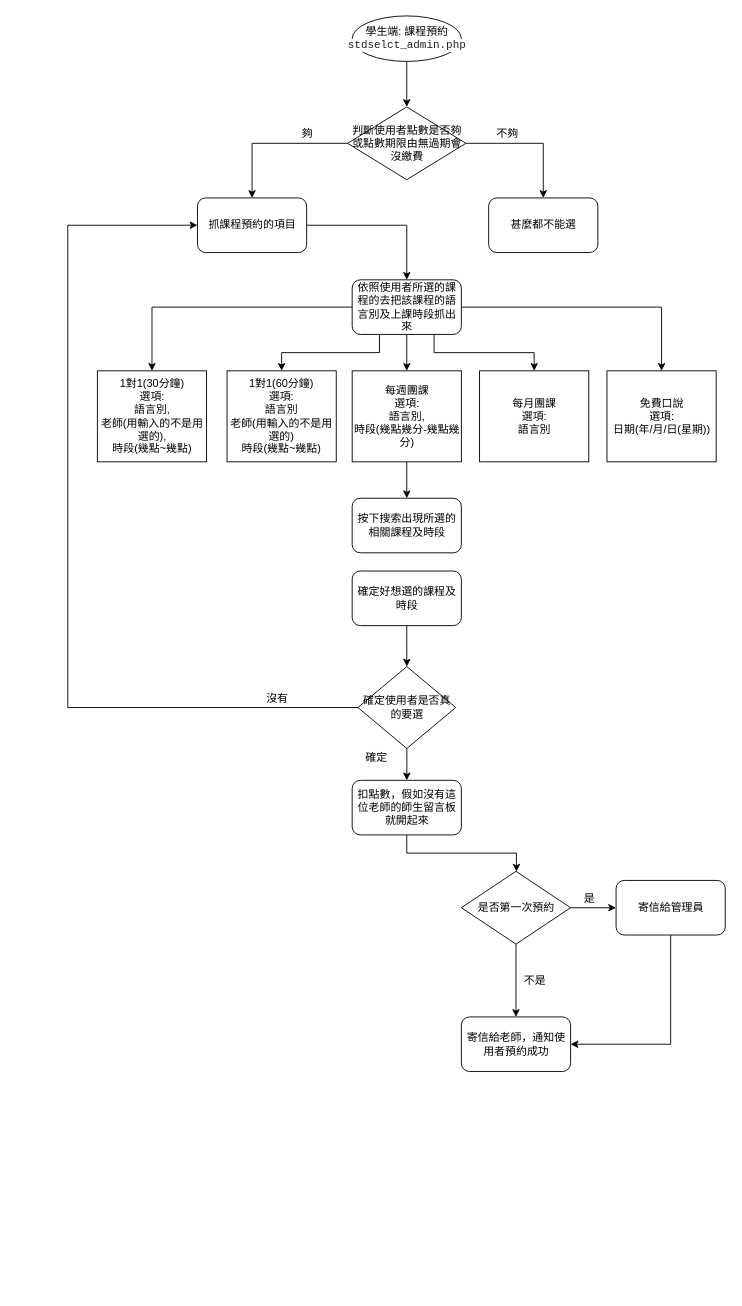
The draw.io diagram 課程預約.drawio in kartg0203/work_flow, before the edit. Source tidied: cells renumbered, new cells numbered last; positions are measured from the earlier drawing's top-left corner, leaving out a move shared by most shapes. Both pictures are drawn from the tidied source at 91%, with x=0, y=0 at pixel (67, 15).
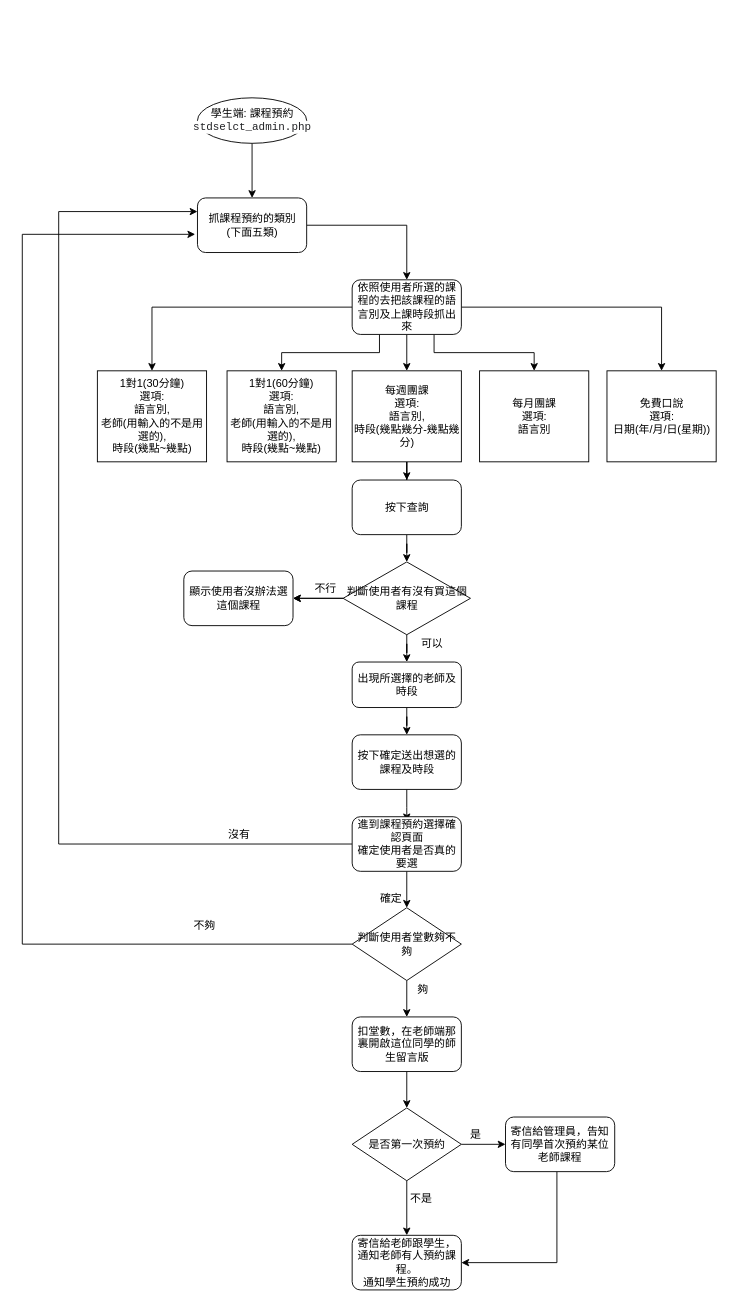
The same diagram, later.

Commit message (it also covers changes not shown here):
更新課程預約.drawio

Change to the diagram source:
```diff
@@
-    <mxCell id="2" style="edgeStyle=orthogonalEdgeStyle;rounded=0;jettySize=auto;html=1;exitX=0.5;exitY=1;exitDx=0;exitDy=0;entryX=0.5;entryY=0;entryDx=0;entryDy=0;" parent="1" edge="1" source="3" target="14">
-      <mxGeometry relative="1" as="geometry" />
-    </mxCell>
+    <mxCell id="42" style="edgeStyle=orthogonalEdgeStyle;rounded=0;jettySize=auto;html=1;entryX=0.5;entryY=0;entryDx=0;entryDy=0;fontColor=#000000;" parent="1" edge="1" source="3" target="5">
+      <mxGeometry relative="1" as="geometry" />
+    </mxCell>
     <mxCell id="3" value="學生端: 課程預約&lt;br&gt;&lt;span style=&quot;color: rgb(32 , 33 , 36) ; font-family: &amp;#34;consolas&amp;#34; , &amp;#34;lucida console&amp;#34; , &amp;#34;courier new&amp;#34; , monospace ; text-align: left ; background-color: rgb(255 , 255 , 255)&quot;&gt;stdselct_admin.php&lt;/span&gt;" style="ellipse;whiteSpace=wrap;html=1;" parent="1" vertex="1">
-      <mxGeometry x="312.5" width="120" height="50" as="geometry" />
+      <mxGeometry x="142.5" y="90" width="120" height="50" as="geometry" />
     </mxCell>
@@
-    <mxCell id="5" value="抓課程預約的項目" style="rounded=1;whiteSpace=wrap;html=1;" parent="1" vertex="1">
+    <mxCell id="5" value="抓課程預約的類別&lt;br&gt;(下面五類)" style="rounded=1;whiteSpace=wrap;html=1;" parent="1" vertex="1">
       <mxGeometry x="142.5" y="200" width="120" height="60" as="geometry" />
     </mxCell>
@@
-    <mxCell id="12" style="edgeStyle=orthogonalEdgeStyle;rounded=0;jettySize=auto;html=1;" parent="1" edge="1" source="14" target="15">
-      <mxGeometry relative="1" as="geometry" />
-    </mxCell>
-    <mxCell id="13" style="edgeStyle=orthogonalEdgeStyle;rounded=0;jettySize=auto;html=1;entryX=0.5;entryY=0;entryDx=0;entryDy=0;" parent="1" edge="1" source="14" target="5">
-      <mxGeometry relative="1" as="geometry" />
-    </mxCell>
-    <mxCell id="14" value="判斷使用者點數是否夠或點數期限由無過期會沒繳費" style="rhombus;whiteSpace=wrap;html=1;" parent="1" vertex="1">
-      <mxGeometry x="307.5" y="100" width="130" height="80" as="geometry" />
-    </mxCell>
-    <mxCell id="15" value="甚麼都不能選" style="rounded=1;whiteSpace=wrap;html=1;" parent="1" vertex="1">
-      <mxGeometry x="462.5" y="200" width="120" height="60" as="geometry" />
-    </mxCell>
-    <mxCell id="16" value="不夠" style="text;html=1;align=center;verticalAlign=middle;strokeColor=none;fillColor=none;" parent="1" vertex="1">
-      <mxGeometry x="462.5" y="120" width="40" height="20" as="geometry" />
-    </mxCell>
-    <mxCell id="17" value="夠" style="text;html=1;align=center;verticalAlign=middle;strokeColor=none;fillColor=none;" parent="1" vertex="1">
-      <mxGeometry x="247.5" y="120" width="30" height="20" as="geometry" />
-    </mxCell>
-    <mxCell id="18" style="edgeStyle=orthogonalEdgeStyle;rounded=0;jettySize=auto;html=1;entryX=0.5;entryY=0;entryDx=0;entryDy=0;fontColor=#000000;" parent="1" edge="1" source="20" target="22">
-      <mxGeometry relative="1" as="geometry" />
-    </mxCell>
-    <mxCell id="19" style="edgeStyle=orthogonalEdgeStyle;rounded=0;jettySize=auto;html=1;exitX=0;exitY=0.5;exitDx=0;exitDy=0;entryX=0;entryY=0.5;entryDx=0;entryDy=0;fontColor=#000000;" parent="1" edge="1" source="20" target="5">
-      <mxGeometry relative="1" as="geometry">
-        <Array as="points">
-          <mxPoint y="760" />
-          <mxPoint y="230" />
-        </Array>
-      </mxGeometry>
-    </mxCell>
-    <mxCell id="20" value="確定使用者是否真的要選" style="rhombus;whiteSpace=wrap;html=1;fontColor=#000000;" parent="1" vertex="1">
-      <mxGeometry x="318.8" y="715" width="107.5" height="90" as="geometry" />
-    </mxCell>
-    <mxCell id="21" style="edgeStyle=orthogonalEdgeStyle;rounded=0;jettySize=auto;html=1;fontColor=#000000;" parent="1" edge="1" source="22" target="26">
-      <mxGeometry relative="1" as="geometry">
-        <Array as="points">
-          <mxPoint x="373" y="920" />
-          <mxPoint x="493" y="920" />
-        </Array>
-      </mxGeometry>
+    <mxCell id="21" style="edgeStyle=orthogonalEdgeStyle;rounded=0;jettySize=auto;html=1;entryX=0.5;entryY=0;entryDx=0;entryDy=0;fontColor=#000000;" parent="1" edge="1" source="22" target="26">
+      <mxGeometry relative="1" as="geometry" />
     </mxCell>
-    <mxCell id="22" value="扣點數，假如沒有這位老師的師生留言板就開起來" style="rounded=1;whiteSpace=wrap;html=1;fontColor=#000000;" parent="1" vertex="1">
-      <mxGeometry x="312.5" y="840" width="120" height="60" as="geometry" />
+    <mxCell id="22" value="扣堂數，在老師端那裏開啟這位同學的師生留言版" style="rounded=1;whiteSpace=wrap;html=1;fontColor=#000000;" parent="1" vertex="1">
+      <mxGeometry x="312.5" y="1100" width="120" height="60" as="geometry" />
     </mxCell>
     <mxCell id="23" value="確定" style="text;html=1;align=center;verticalAlign=middle;strokeColor=none;fillColor=none;fontColor=#000000;" parent="1" vertex="1">
-      <mxGeometry x="318.8" y="805" width="40" height="20" as="geometry" />
+      <mxGeometry x="335" y="960" width="40" height="20" as="geometry" />
     </mxCell>
@@
     <mxCell id="26" value="是否第一次預約" style="rhombus;whiteSpace=wrap;html=1;fontColor=#000000;" parent="1" vertex="1">
-      <mxGeometry x="432.5" y="940" width="120" height="80" as="geometry" />
+      <mxGeometry x="312.5" y="1200" width="120" height="80" as="geometry" />
     </mxCell>
-    <mxCell id="27" value="寄信給老師，通知使用者預約成功" style="rounded=1;whiteSpace=wrap;html=1;fontColor=#000000;" parent="1" vertex="1">
-      <mxGeometry x="432.5" y="1100" width="120" height="60" as="geometry" />
+    <mxCell id="27" value="寄信給老師跟學生，通知老師有人預約課程。&lt;br&gt;通知學生預約成功" style="rounded=1;whiteSpace=wrap;html=1;fontColor=#000000;" parent="1" vertex="1">
+      <mxGeometry x="312.5" y="1340" width="120" height="60" as="geometry" />
     </mxCell>
     <mxCell id="28" value="不是" style="text;html=1;align=center;verticalAlign=middle;strokeColor=none;fillColor=none;fontColor=#000000;" parent="1" vertex="1">
-      <mxGeometry x="492.5" y="1050" width="40" height="20" as="geometry" />
+      <mxGeometry x="367.5" y="1290" width="40" height="20" as="geometry" />
     </mxCell>
     <mxCell id="29" style="edgeStyle=orthogonalEdgeStyle;rounded=0;jettySize=auto;html=1;entryX=1;entryY=0.5;entryDx=0;entryDy=0;fontColor=#000000;" parent="1" edge="1" source="30" target="27">
       <mxGeometry relative="1" as="geometry">
         <Array as="points">
-          <mxPoint x="662.5" y="1130" />
+          <mxPoint x="537.5" y="1370" />
         </Array>
       </mxGeometry>
     </mxCell>
-    <mxCell id="30" value="寄信給管理員" style="rounded=1;whiteSpace=wrap;html=1;fontColor=#000000;" parent="1" vertex="1">
-      <mxGeometry x="602.5" y="950" width="120" height="60" as="geometry" />
+    <mxCell id="30" value="寄信給管理員，告知有同學首次預約某位老師課程" style="rounded=1;whiteSpace=wrap;html=1;fontColor=#000000;" parent="1" vertex="1">
+      <mxGeometry x="481" y="1210" width="120" height="60" as="geometry" />
     </mxCell>
     <mxCell id="31" value="是" style="text;html=1;align=center;verticalAlign=middle;strokeColor=none;fillColor=none;fontColor=#000000;" parent="1" vertex="1">
-      <mxGeometry x="557.5" y="960" width="30" height="20" as="geometry" />
+      <mxGeometry x="432.5" y="1220" width="30" height="20" as="geometry" />
     </mxCell>
@@
-    <mxCell id="33" value="&lt;span&gt;1對1(60分鐘)&lt;/span&gt;&lt;br&gt;&lt;span&gt;選項:&lt;/span&gt;&lt;br&gt;&lt;span&gt;語言別&lt;/span&gt;&lt;br&gt;&lt;span&gt;老師(用輸入的不是用選的)&lt;/span&gt;&lt;br&gt;&lt;span&gt;時段&lt;/span&gt;(幾點~幾點)" style="rounded=0;whiteSpace=wrap;html=1;fontColor=#000000;rotation=0;" parent="1" vertex="1">
+    <mxCell id="33" value="&lt;span&gt;1對1(60分鐘)&lt;/span&gt;&lt;br&gt;&lt;span&gt;選項:&lt;/span&gt;&lt;br&gt;&lt;span&gt;語言別,&lt;/span&gt;&lt;br&gt;&lt;span&gt;老師(用輸入的不是用選的),&lt;/span&gt;&lt;br&gt;&lt;span&gt;時段&lt;/span&gt;(幾點~幾點)" style="rounded=0;whiteSpace=wrap;html=1;fontColor=#000000;rotation=0;" parent="1" vertex="1">
       <mxGeometry x="175" y="390" width="120" height="100" as="geometry" />
     </mxCell>
@@
+    <mxCell id="43" style="edgeStyle=orthogonalEdgeStyle;rounded=0;jettySize=auto;html=1;entryX=0.5;entryY=0;entryDx=0;entryDy=0;fontColor=#000000;" parent="1" edge="1" source="38" target="47">
+      <mxGeometry relative="1" as="geometry" />
+    </mxCell>
-    <mxCell id="38" value="按下搜索出現所選的相關課程及時段" style="rounded=1;whiteSpace=wrap;html=1;fontColor=#000000;" parent="1" vertex="1">
-      <mxGeometry x="312.5" y="530" width="120" height="60" as="geometry" />
+    <mxCell id="38" value="按下查詢" style="rounded=1;whiteSpace=wrap;html=1;fontColor=#000000;" parent="1" vertex="1">
+      <mxGeometry x="312.5" y="510" width="120" height="60" as="geometry" />
     </mxCell>
-    <mxCell id="39" style="edgeStyle=orthogonalEdgeStyle;rounded=0;jettySize=auto;html=1;entryX=0.5;entryY=0;entryDx=0;entryDy=0;fontColor=#000000;" parent="1" edge="1" source="40" target="20">
-      <mxGeometry relative="1" as="geometry" />
+    <mxCell id="39" style="edgeStyle=orthogonalEdgeStyle;rounded=0;jettySize=auto;html=1;entryX=0.5;entryY=0;entryDx=0;entryDy=0;fontColor=#000000;" parent="1" edge="1" source="40">
+      <mxGeometry relative="1" as="geometry">
+        <mxPoint x="372.5" y="885" as="targetPoint" />
+      </mxGeometry>
     </mxCell>
-    <mxCell id="40" value="確定好想選的課程及時段" style="rounded=1;whiteSpace=wrap;html=1;fontColor=#000000;" parent="1" vertex="1">
-      <mxGeometry x="312.5" y="610" width="120" height="60" as="geometry" />
+    <mxCell id="40" value="按下確定送出想選的課程及時段" style="rounded=1;whiteSpace=wrap;html=1;fontColor=#000000;" parent="1" vertex="1">
+      <mxGeometry x="312.5" y="790" width="120" height="60" as="geometry" />
     </mxCell>
     <mxCell id="41" value="沒有" style="text;html=1;align=center;verticalAlign=middle;strokeColor=none;fillColor=none;fontColor=#000000;" parent="1" vertex="1">
-      <mxGeometry x="210" y="740" width="40" height="20" as="geometry" />
+      <mxGeometry x="167.5" y="890" width="40" height="20" as="geometry" />
     </mxCell>
+    <mxCell id="44" style="edgeStyle=orthogonalEdgeStyle;rounded=0;jettySize=auto;html=1;entryX=0.5;entryY=0;entryDx=0;entryDy=0;fontColor=#000000;" parent="1" edge="1" source="47" target="50">
+      <mxGeometry relative="1" as="geometry" />
+    </mxCell>
+    <mxCell id="45" style="edgeStyle=orthogonalEdgeStyle;rounded=0;jettySize=auto;html=1;fontColor=#000000;" parent="1" edge="1" source="47" target="51">
+      <mxGeometry relative="1" as="geometry" />
+    </mxCell>
+    <mxCell id="46" style="edgeStyle=orthogonalEdgeStyle;rounded=0;jettySize=auto;html=1;fontColor=#000000;" parent="1" edge="1" source="47" target="51">
+      <mxGeometry relative="1" as="geometry" />
+    </mxCell>
+    <mxCell id="47" value="判斷使用者有沒有買這個課程" style="rhombus;whiteSpace=wrap;html=1;fontColor=#000000;" parent="1" vertex="1">
+      <mxGeometry x="302.5" y="600" width="140" height="80" as="geometry" />
+    </mxCell>
+    <mxCell id="48" value="可以" style="text;html=1;align=center;verticalAlign=middle;strokeColor=none;fillColor=none;fontColor=#000000;" parent="1" vertex="1">
+      <mxGeometry x="380" y="680" width="40" height="20" as="geometry" />
+    </mxCell>
+    <mxCell id="49" style="edgeStyle=orthogonalEdgeStyle;rounded=0;jettySize=auto;html=1;fontColor=#000000;" parent="1" edge="1" source="50" target="40">
+      <mxGeometry relative="1" as="geometry" />
+    </mxCell>
+    <mxCell id="50" value="出現所選擇的老師及時段" style="rounded=1;whiteSpace=wrap;html=1;fontColor=#000000;" parent="1" vertex="1">
+      <mxGeometry x="312.5" y="710" width="120" height="50" as="geometry" />
+    </mxCell>
+    <mxCell id="51" value="顯示使用者沒辦法選這個課程" style="rounded=1;whiteSpace=wrap;html=1;fontColor=#000000;" parent="1" vertex="1">
+      <mxGeometry x="127.5" y="610" width="120" height="60" as="geometry" />
+    </mxCell>
+    <mxCell id="52" value="不行" style="text;html=1;align=center;verticalAlign=middle;strokeColor=none;fillColor=none;fontColor=#000000;" parent="1" vertex="1">
+      <mxGeometry x="262.5" y="620" width="40" height="20" as="geometry" />
+    </mxCell>
+    <mxCell id="53" style="edgeStyle=orthogonalEdgeStyle;rounded=0;jettySize=auto;html=1;entryX=0.5;entryY=0;entryDx=0;entryDy=0;fontColor=#000000;" parent="1" edge="1" source="55" target="58">
+      <mxGeometry relative="1" as="geometry" />
+    </mxCell>
+    <mxCell id="54" style="edgeStyle=orthogonalEdgeStyle;rounded=0;jettySize=auto;html=1;entryX=0;entryY=0.25;entryDx=0;entryDy=0;fontColor=#000000;" parent="1" edge="1" source="55" target="5">
+      <mxGeometry relative="1" as="geometry">
+        <Array as="points">
+          <mxPoint x="-10" y="910" />
+          <mxPoint x="-10" y="215" />
+        </Array>
+      </mxGeometry>
+    </mxCell>
+    <mxCell id="55" value="&lt;span&gt;進到課程預約選擇確認頁面&lt;/span&gt;&lt;br&gt;&lt;span&gt;確定使用者是否真的要選&lt;/span&gt;" style="rounded=1;whiteSpace=wrap;html=1;fontColor=#000000;" parent="1" vertex="1">
+      <mxGeometry x="312.5" y="880" width="120" height="60" as="geometry" />
+    </mxCell>
+    <mxCell id="56" style="edgeStyle=orthogonalEdgeStyle;rounded=0;jettySize=auto;html=1;entryX=0.5;entryY=0;entryDx=0;entryDy=0;fontColor=#000000;" parent="1" edge="1" source="58" target="22">
+      <mxGeometry relative="1" as="geometry" />
+    </mxCell>
+    <mxCell id="57" style="edgeStyle=orthogonalEdgeStyle;rounded=0;jettySize=auto;html=1;fontColor=#000000;" parent="1" edge="1" source="58">
+      <mxGeometry relative="1" as="geometry">
+        <mxPoint x="140" y="240" as="targetPoint" />
+        <Array as="points">
+          <mxPoint x="-50" y="1020" />
+          <mxPoint x="-50" y="240" />
+        </Array>
+      </mxGeometry>
+    </mxCell>
+    <mxCell id="58" value="判斷使用者堂數夠不夠" style="rhombus;whiteSpace=wrap;html=1;fontColor=#000000;" parent="1" vertex="1">
+      <mxGeometry x="312.5" y="980" width="120" height="80" as="geometry" />
+    </mxCell>
+    <mxCell id="17" value="夠" style="text;html=1;align=center;verticalAlign=middle;strokeColor=none;fillColor=none;fontColor=#000000;" parent="1" vertex="1">
+      <mxGeometry x="375" y="1060" width="30" height="20" as="geometry" />
+    </mxCell>
+    <mxCell id="16" value="不夠" style="text;html=1;align=center;verticalAlign=middle;strokeColor=none;fillColor=none;fontColor=#000000;" parent="1" vertex="1">
+      <mxGeometry x="130" y="990" width="40" height="20" as="geometry" />
+    </mxCell>
```
